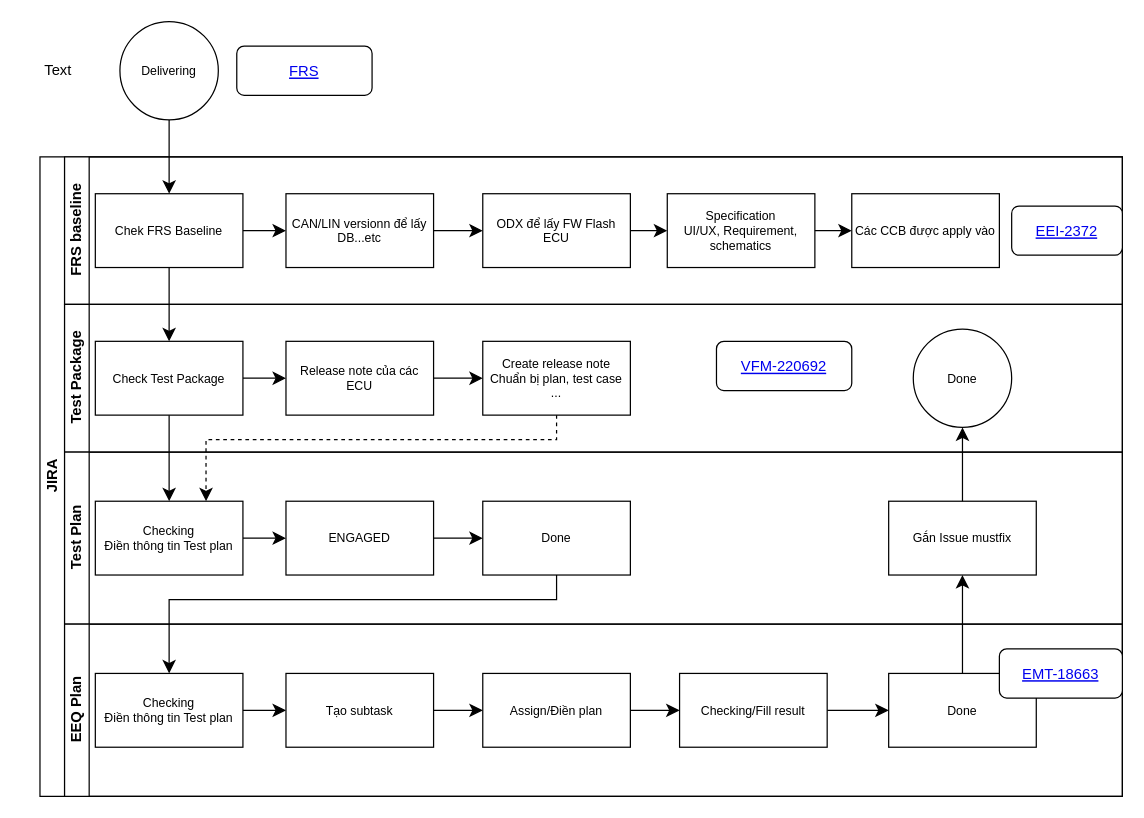
Earlier version of the draw.io diagram Biểu đồ không có tiêu đề.drawio (athanhoang/viindoo_accademy). Source tidied: cells renumbered, new cells numbered last; positions are measured from the earlier drawing's top-left corner, leaving out a move shared by most shapes. Both pictures are drawn from the tidied source at 123%, with x=0, y=0 at pixel (21, 21).
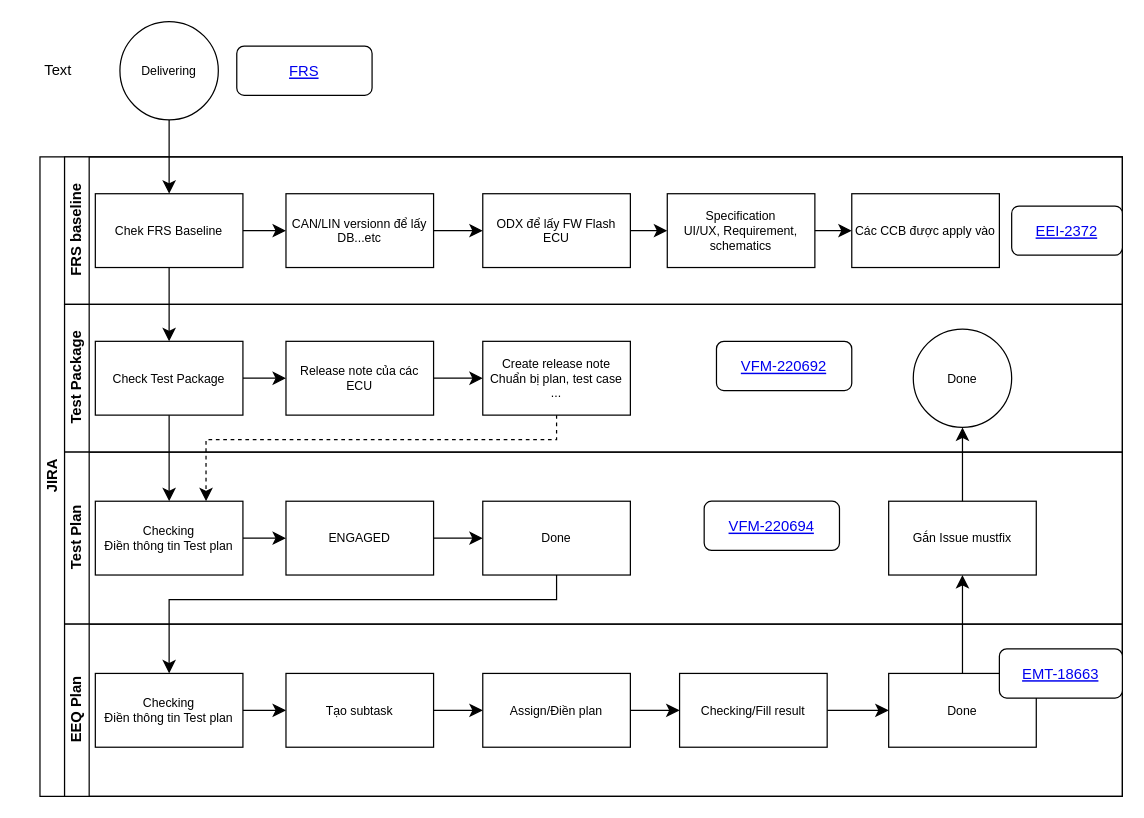
The same diagram, later.

Unchanged cells that the change refers to:
```xml
<mxCell id="20" value="Test Plan" style="swimlane;html=1;startSize=20;horizontal=0;" parent="2" vertex="1">
  <mxGeometry x="20" y="240" width="860" height="140" as="geometry" />
</mxCell>
```

Change to the diagram source:
```diff
@@
+    <mxCell id="50" value="VFM-220694" style="fontColor=#0000EE;fontStyle=4;rounded=1;overflow=hidden;spacing=10;" parent="20" vertex="1">
+      <mxGeometry x="520" y="40" width="110" height="40" as="geometry" />
+    </mxCell>
```
